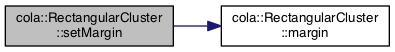
mjwybrow/adaptagrams keeps this Graphviz diagram as documentation/classcola_1_1RectangularCluster_a26989234c1dc2e79148afcd62b45b9a6_cgraph.png. Above is the earlier version. Its source is kept beside it as documentation/classcola_1_1RectangularCluster_a26989234c1dc2e79148afcd62b45b9a6_cgraph.dot.
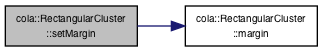
The same file after the commit.

What changed in the source:
```diff
@@ -3,7 +3,7 @@
   edge [fontname="Helvetica",fontsize="10",labelfontname="Helvetica",labelfontsize="10"];
   node [fontname="Helvetica",fontsize="10",shape=record];
   rankdir="LR";
-  Node1 [label="cola::RectangularCluster\l::setMargin",height=0.2,width=0.4,color="black", fillcolor="grey75", style="filled", fontcolor="black"];
-  Node1 -> Node2 [color="midnightblue",fontsize="10",style="solid",fontname="Helvetica"];
-  Node2 [label="cola::RectangularCluster\l::margin",height=0.2,width=0.4,color="black", fillcolor="white", style="filled",URL="$classcola_1_1RectangularCluster.html#a8a3e718d2790cca0b57cfde366cc3665",tooltip="Returns the margin box for this cluster. "];
+  Node13 [label="cola::RectangularCluster\l::setMargin",height=0.2,width=0.4,color="black", fillcolor="grey75", style="filled", fontcolor="black"];
+  Node13 -> Node14 [color="midnightblue",fontsize="10",style="solid",fontname="Helvetica"];
+  Node14 [label="cola::RectangularCluster\l::margin",height=0.2,width=0.4,color="black", fillcolor="white", style="filled",URL="$classcola_1_1RectangularCluster.html#ac161a576c7156d9e0b78769fc2868fa5",tooltip="Returns the margin box for this cluster. "];
 }
```
